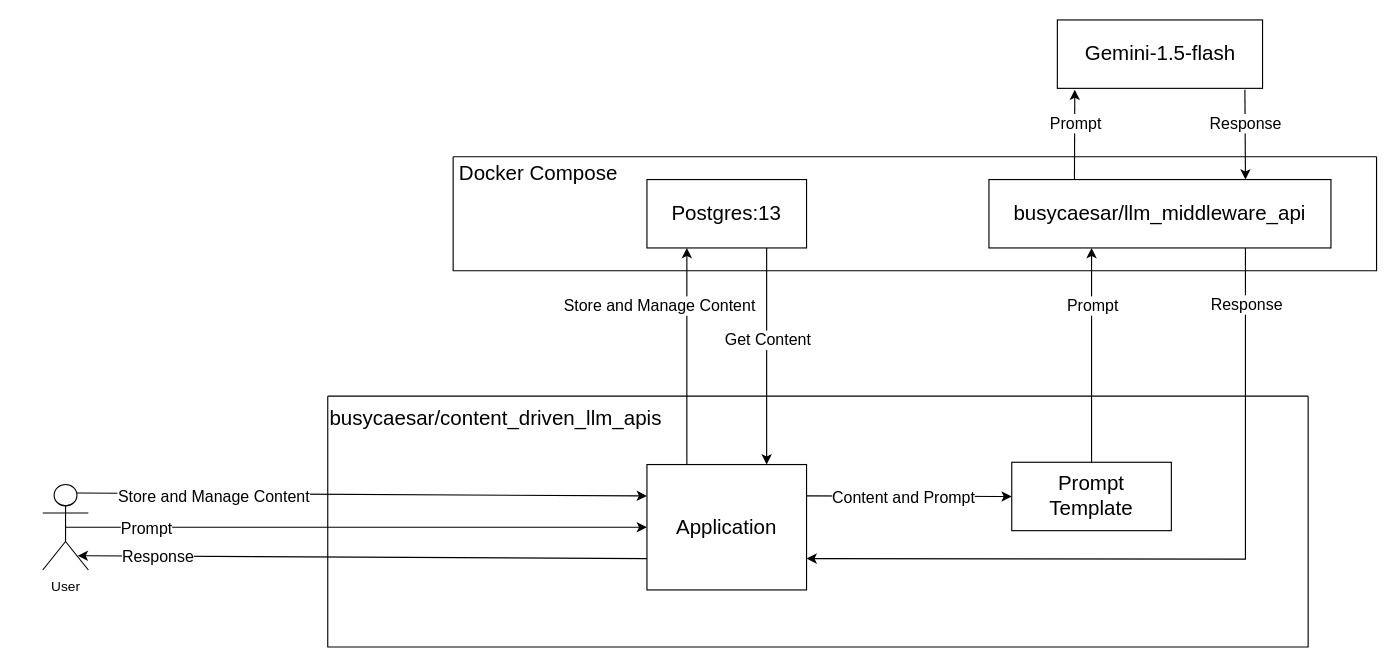
busycaesar/Custom_Content_LLM_APIs keeps this draw.io diagram as system diagram.drawio. Above is the earlier version. Source tidied: cells renumbered, new cells numbered last; positions are measured from the earlier drawing's top-left corner, leaving out a move shared by most shapes. Both pictures are drawn from the tidied source at 114%, with x=0, y=0 at pixel (42, 19).
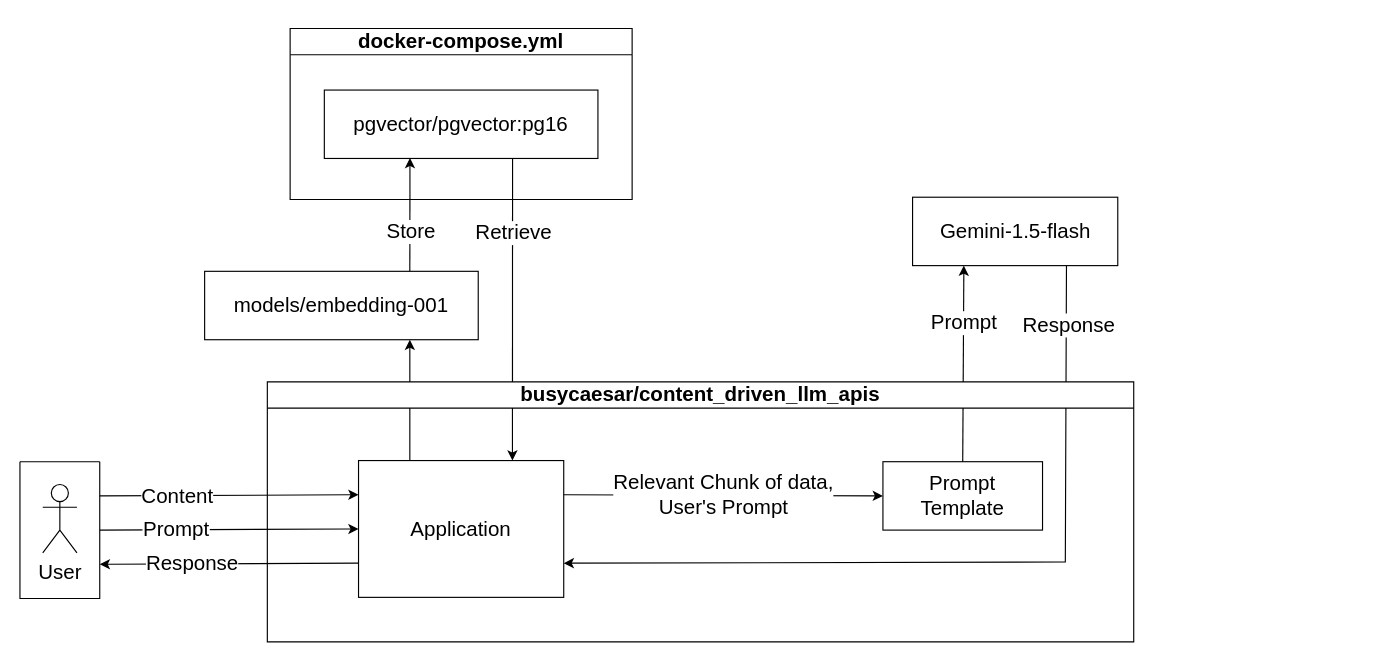
Above is the later version.

Commit message (it also covers changes not shown here):
Chore: Update system diagram

The edit, as a diff of the source:
```diff
@@
-    <mxCell id="2" style="group;" parent="1" vertex="1">
-      <mxGeometry x="530" y="140" width="140" height="60" as="geometry" />
-    </mxCell>
-    <mxCell id="3" style="rounded=0;whiteSpace=wrap;html=1;" parent="2" vertex="1">
-      <mxGeometry width="140" height="60" as="geometry" />
-    </mxCell>
-    <mxCell id="4" value="&lt;font style=&quot;font-size: 18px;&quot;&gt;Postgres:13&lt;/font&gt;" style="text;html=1;align=center;verticalAlign=middle;whiteSpace=wrap;rounded=0;" parent="2" vertex="1">
-      <mxGeometry x="35" y="15" width="70" height="30" as="geometry" />
-    </mxCell>
-    <mxCell id="5" style="group;" parent="1" vertex="1">
-      <mxGeometry x="830" y="140" width="300" height="60" as="geometry" />
-    </mxCell>
-    <mxCell id="6" style="rounded=0;whiteSpace=wrap;html=1;" parent="5" vertex="1">
-      <mxGeometry width="300" height="60" as="geometry" />
-    </mxCell>
-    <mxCell id="7" value="&lt;font style=&quot;font-size: 18px;&quot;&gt;busycaesar/llm_middleware_api&lt;/font&gt;" style="text;html=1;align=center;verticalAlign=middle;whiteSpace=wrap;rounded=0;" parent="5" vertex="1">
-      <mxGeometry x="75" y="15" width="150" height="30" as="geometry" />
-    </mxCell>
-    <mxCell id="8" style="group;" parent="1" vertex="1">
-      <mxGeometry x="890" width="180" height="60" as="geometry" />
-    </mxCell>
+    <mxCell id="42" style="group;" parent="1" vertex="1">
+      <mxGeometry x="277" y="386.5" width="180" height="120" as="geometry" />
+    </mxCell>
+    <mxCell id="43" style="rounded=0;whiteSpace=wrap;html=1;" parent="42" vertex="1">
+      <mxGeometry width="180" height="120" as="geometry" />
+    </mxCell>
+    <mxCell id="34" value="&lt;font style=&quot;font-size: 18px;&quot;&gt;Application&lt;/font&gt;" style="text;html=1;align=center;verticalAlign=middle;whiteSpace=wrap;rounded=0;" parent="42" vertex="1">
+      <mxGeometry x="45" y="30" width="90" height="60" as="geometry" />
+    </mxCell>
+    <mxCell id="44" style="group;" parent="1" vertex="1">
+      <mxGeometry x="247" y="61.5" width="240" height="60" as="geometry" />
+    </mxCell>
+    <mxCell id="45" style="rounded=0;whiteSpace=wrap;html=1;" parent="44" vertex="1">
+      <mxGeometry width="240" height="60" as="geometry" />
+    </mxCell>
+    <mxCell id="46" value="&lt;font style=&quot;font-size: 18px;&quot;&gt;pgvector/pgvector:pg16&lt;/font&gt;" style="text;html=1;align=center;verticalAlign=middle;whiteSpace=wrap;rounded=0;" parent="44" vertex="1">
+      <mxGeometry x="60" y="15" width="120" height="30" as="geometry" />
+    </mxCell>
+    <mxCell id="47" style="group;" parent="1" vertex="1">
+      <mxGeometry x="737" y="387.5" width="140" height="60" as="geometry" />
+    </mxCell>
+    <mxCell id="48" style="rounded=0;whiteSpace=wrap;html=1;" parent="47" vertex="1">
+      <mxGeometry width="140" height="60" as="geometry" />
+    </mxCell>
+    <mxCell id="37" value="&lt;font style=&quot;font-size: 18px;&quot;&gt;Prompt Template&lt;/font&gt;" style="text;html=1;align=center;verticalAlign=middle;whiteSpace=wrap;rounded=0;" parent="47" vertex="1">
+      <mxGeometry x="35" y="15" width="70" height="30" as="geometry" />
+    </mxCell>
+    <mxCell id="49" style="group;" parent="1" vertex="1">
+      <mxGeometry x="763" y="155.5" width="180" height="60" as="geometry" />
+    </mxCell>
-    <mxCell id="9" style="rounded=0;whiteSpace=wrap;html=1;" parent="8" vertex="1">
+    <mxCell id="9" style="rounded=0;whiteSpace=wrap;html=1;" parent="49" vertex="1">
       <mxGeometry width="180" height="60" as="geometry" />
     </mxCell>
-    <mxCell id="10" value="&lt;font style=&quot;font-size: 18px;&quot;&gt;Gemini-1.5-flash&lt;/font&gt;" style="text;html=1;align=center;verticalAlign=middle;whiteSpace=wrap;rounded=0;" parent="8" vertex="1">
+    <mxCell id="10" value="&lt;font style=&quot;font-size: 18px;&quot;&gt;Gemini-1.5-flash&lt;/font&gt;" style="text;html=1;align=center;verticalAlign=middle;whiteSpace=wrap;rounded=0;" parent="49" vertex="1">
       <mxGeometry x="22.5" y="15" width="135" height="30" as="geometry" />
     </mxCell>
-    <mxCell id="11" value="User" style="shape=umlActor;verticalLabelPosition=bottom;verticalAlign=top;html=1;outlineConnect=0;" parent="1" vertex="1">
-      <mxGeometry y="407.5" width="40" height="75" as="geometry" />
+    <mxCell id="11" value="&lt;font style=&quot;font-size: 18px;&quot;&gt;User&lt;/font&gt;" style="shape=umlActor;verticalLabelPosition=bottom;verticalAlign=top;html=1;outlineConnect=0;" parent="1" vertex="1">
+      <mxGeometry y="407.5" width="30" height="60" as="geometry" />
     </mxCell>
-    <mxCell id="12" style="swimlane;startSize=0;" parent="1" vertex="1">
-      <mxGeometry x="360" y="120" width="810" height="100" as="geometry" />
-    </mxCell>
-    <mxCell id="13" value="&lt;font style=&quot;font-size: 18px;&quot;&gt;Docker Compose&lt;/font&gt;" style="text;html=1;align=center;verticalAlign=middle;whiteSpace=wrap;rounded=0;" parent="12" vertex="1">
-      <mxGeometry width="150" height="30" as="geometry" />
-    </mxCell>
-    <mxCell id="14" style="endArrow=classic;html=1;rounded=0;entryX=0;entryY=0.25;entryDx=0;entryDy=0;exitX=0.75;exitY=0.1;exitDx=0;exitDy=0;exitPerimeter=0;" parent="1" edge="1" source="11" target="33">
-      <mxGeometry relative="1" as="geometry" />
-    </mxCell>
-    <mxCell id="15" value="&lt;font style=&quot;font-size: 14px;&quot;&gt;Store and Manage Content&lt;/font&gt;" style="edgeLabel;html=1;align=center;verticalAlign=middle;" parent="14" vertex="1">
-      <mxGeometry relative="1" as="geometry">
-        <mxPoint x="-130" y="1" as="offset" />
-      </mxGeometry>
-    </mxCell>
-    <mxCell id="16" style="endArrow=classic;html=1;rounded=0;entryX=0;entryY=0.5;entryDx=0;entryDy=0;exitX=0.5;exitY=0.5;exitDx=0;exitDy=0;exitPerimeter=0;" parent="1" edge="1" source="11" target="33">
-      <mxGeometry relative="1" as="geometry" />
-    </mxCell>
-    <mxCell id="17" value="&lt;font style=&quot;font-size: 14px;&quot;&gt;Prompt&lt;/font&gt;" style="edgeLabel;html=1;align=center;verticalAlign=middle;" parent="16" vertex="1">
-      <mxGeometry relative="1" as="geometry">
-        <mxPoint x="-185" as="offset" />
-      </mxGeometry>
-    </mxCell>
-    <mxCell id="18" style="endArrow=classic;html=1;rounded=0;exitX=0;exitY=0.75;exitDx=0;exitDy=0;entryX=0.767;entryY=0.833;entryDx=0;entryDy=0;entryPerimeter=0;" parent="1" edge="1" source="33" target="11">
-      <mxGeometry relative="1" as="geometry" />
-    </mxCell>
-    <mxCell id="19" value="&lt;font style=&quot;font-size: 14px;&quot;&gt;Response&lt;/font&gt;" style="edgeLabel;html=1;align=center;verticalAlign=middle;" parent="18" vertex="1">
-      <mxGeometry relative="1" as="geometry">
-        <mxPoint x="-180" y="-1" as="offset" />
-      </mxGeometry>
-    </mxCell>
-    <mxCell id="20" style="endArrow=classic;html=1;rounded=0;entryX=0.25;entryY=1;entryDx=0;entryDy=0;exitX=0.25;exitY=0;exitDx=0;exitDy=0;" parent="1" edge="1" source="33" target="3">
-      <mxGeometry relative="1" as="geometry" />
-    </mxCell>
-    <mxCell id="21" value="&lt;font style=&quot;font-size: 14px;&quot;&gt;Store and Manage Content&lt;/font&gt;" style="edgeLabel;html=1;align=center;verticalAlign=middle;" parent="20" vertex="1">
-      <mxGeometry relative="1" as="geometry">
-        <mxPoint x="-25" y="-45" as="offset" />
-      </mxGeometry>
-    </mxCell>
-    <mxCell id="22" style="endArrow=classic;html=1;rounded=0;entryX=0.75;entryY=0;entryDx=0;entryDy=0;exitX=0.75;exitY=1;exitDx=0;exitDy=0;" parent="1" edge="1" source="3" target="33">
-      <mxGeometry relative="1" as="geometry" />
-    </mxCell>
-    <mxCell id="23" value="&lt;font style=&quot;font-size: 14px;&quot;&gt;Get Content&lt;/font&gt;" style="edgeLabel;html=1;align=center;verticalAlign=middle;" parent="22" vertex="1">
-      <mxGeometry relative="1" as="geometry">
-        <mxPoint y="-15" as="offset" />
-      </mxGeometry>
-    </mxCell>
-    <mxCell id="24" style="endArrow=classic;html=1;rounded=0;exitX=0.5;exitY=0;exitDx=0;exitDy=0;entryX=0.3;entryY=1;entryDx=0;entryDy=0;entryPerimeter=0;" parent="1" edge="1" target="6">
-      <mxGeometry relative="1" as="geometry">
-        <mxPoint x="920" y="388" as="sourcePoint" />
-      </mxGeometry>
-    </mxCell>
-    <mxCell id="25" value="&lt;font style=&quot;font-size: 14px;&quot;&gt;Prompt&lt;/font&gt;" style="edgeLabel;html=1;align=center;verticalAlign=middle;" parent="24" vertex="1">
-      <mxGeometry relative="1" as="geometry">
-        <mxPoint y="-44" as="offset" />
-      </mxGeometry>
-    </mxCell>
-    <mxCell id="26" style="endArrow=classic;html=1;rounded=0;entryX=1;entryY=0.75;entryDx=0;entryDy=0;exitX=0.75;exitY=1;exitDx=0;exitDy=0;" parent="1" edge="1" source="6" target="33">
-      <mxGeometry relative="1" as="geometry">
-        <Array as="points">
-          <mxPoint x="1055" y="473" />
-        </Array>
-      </mxGeometry>
-    </mxCell>
-    <mxCell id="27" value="&lt;font style=&quot;font-size: 14px;&quot;&gt;Response&lt;/font&gt;" style="edgeLabel;html=1;align=center;verticalAlign=middle;" parent="26" vertex="1">
-      <mxGeometry relative="1" as="geometry">
-        <mxPoint x="56" y="-223" as="offset" />
-      </mxGeometry>
-    </mxCell>
-    <mxCell id="28" style="endArrow=classic;html=1;rounded=0;exitX=0.25;exitY=0;exitDx=0;exitDy=0;entryX=0.085;entryY=1.019;entryDx=0;entryDy=0;entryPerimeter=0;" parent="1" edge="1" source="6" target="9">
-      <mxGeometry relative="1" as="geometry" />
-    </mxCell>
-    <mxCell id="29" value="&lt;font style=&quot;font-size: 14px;&quot;&gt;Prompt&lt;/font&gt;" style="edgeLabel;html=1;align=center;verticalAlign=middle;" parent="28" vertex="1">
-      <mxGeometry relative="1" as="geometry">
-        <mxPoint y="-11" as="offset" />
-      </mxGeometry>
-    </mxCell>
-    <mxCell id="30" style="endArrow=classic;html=1;rounded=0;exitX=0.914;exitY=1.019;exitDx=0;exitDy=0;entryX=0.75;entryY=0;entryDx=0;entryDy=0;exitPerimeter=0;" parent="1" edge="1" source="9" target="6">
-      <mxGeometry relative="1" as="geometry" />
-    </mxCell>
-    <mxCell id="31" value="&lt;font style=&quot;font-size: 14px;&quot;&gt;Response&lt;/font&gt;" style="edgeLabel;html=1;align=center;verticalAlign=middle;" parent="30" vertex="1">
-      <mxGeometry relative="1" as="geometry">
-        <mxPoint y="-10" as="offset" />
-      </mxGeometry>
-    </mxCell>
-    <mxCell id="32" style="group;" parent="1" vertex="1">
-      <mxGeometry x="530" y="390" width="140" height="110" as="geometry" />
-    </mxCell>
-    <mxCell id="33" style="rounded=0;whiteSpace=wrap;html=1;" parent="32" vertex="1">
-      <mxGeometry width="140" height="110" as="geometry" />
-    </mxCell>
-    <mxCell id="34" value="&lt;font style=&quot;font-size: 18px;&quot;&gt;Application&lt;/font&gt;" style="text;html=1;align=center;verticalAlign=middle;whiteSpace=wrap;rounded=0;" parent="32" vertex="1">
-      <mxGeometry x="35" y="27.5" width="70" height="55" as="geometry" />
-    </mxCell>
-    <mxCell id="35" style="group;" parent="1" vertex="1">
-      <mxGeometry x="850" y="388" width="140" height="60" as="geometry" />
-    </mxCell>
-    <mxCell id="36" style="rounded=0;whiteSpace=wrap;html=1;" parent="35" vertex="1">
-      <mxGeometry width="140" height="60" as="geometry" />
-    </mxCell>
-    <mxCell id="37" value="&lt;font style=&quot;font-size: 18px;&quot;&gt;Prompt Template&lt;/font&gt;" style="text;html=1;align=center;verticalAlign=middle;whiteSpace=wrap;rounded=0;" parent="35" vertex="1">
-      <mxGeometry x="35" y="15" width="70" height="30" as="geometry" />
-    </mxCell>
-    <mxCell id="38" style="endArrow=classic;html=1;rounded=0;entryX=0;entryY=0.5;entryDx=0;entryDy=0;exitX=1;exitY=0.25;exitDx=0;exitDy=0;" parent="1" edge="1" source="33" target="36">
-      <mxGeometry relative="1" as="geometry" />
-    </mxCell>
-    <mxCell id="39" value="&lt;span style=&quot;font-size: 14px;&quot;&gt;Content and Prompt&lt;/span&gt;" style="edgeLabel;html=1;align=center;verticalAlign=middle;" parent="38" vertex="1">
-      <mxGeometry relative="1" as="geometry">
-        <mxPoint x="-5" y="1" as="offset" />
-      </mxGeometry>
-    </mxCell>
-    <mxCell id="40" style="swimlane;startSize=0;" parent="1" vertex="1">
-      <mxGeometry x="250" y="330" width="860" height="220" as="geometry" />
-    </mxCell>
+    <mxCell id="50" style="swimlane;startSize=0;" parent="1" vertex="1">
+      <mxGeometry x="-20" y="387.5" width="70" height="120" as="geometry" />
+    </mxCell>
+    <mxCell id="51" style="endArrow=classic;html=1;rounded=0;exitX=1;exitY=0.25;exitDx=0;exitDy=0;entryX=0;entryY=0.25;entryDx=0;entryDy=0;" parent="1" edge="1" source="50" target="43">
+      <mxGeometry relative="1" as="geometry" />
+    </mxCell>
+    <mxCell id="52" value="&lt;font style=&quot;font-size: 18px;&quot;&gt;Content&lt;/font&gt;" style="edgeLabel;html=1;align=center;verticalAlign=middle;" parent="51" vertex="1">
+      <mxGeometry x="-0.04" relative="1" as="geometry">
+        <mxPoint x="-41" as="offset" />
+      </mxGeometry>
+    </mxCell>
+    <mxCell id="53" style="endArrow=classic;html=1;rounded=0;entryX=0;entryY=0.5;entryDx=0;entryDy=0;exitX=1;exitY=0.5;exitDx=0;exitDy=0;" parent="1" edge="1" source="50" target="43">
+      <mxGeometry relative="1" as="geometry" />
+    </mxCell>
+    <mxCell id="54" value="&lt;font style=&quot;font-size: 18px;&quot;&gt;Prompt&lt;/font&gt;" style="edgeLabel;html=1;align=center;verticalAlign=middle;" parent="53" vertex="1">
+      <mxGeometry x="-0.09" y="3" relative="1" as="geometry">
+        <mxPoint x="-36" y="2" as="offset" />
+      </mxGeometry>
+    </mxCell>
+    <mxCell id="55" style="endArrow=classic;html=1;rounded=0;entryX=1;entryY=0.75;entryDx=0;entryDy=0;exitX=0;exitY=0.75;exitDx=0;exitDy=0;" parent="1" edge="1" source="43" target="50">
+      <mxGeometry relative="1" as="geometry" />
+    </mxCell>
+    <mxCell id="56" value="&lt;font style=&quot;font-size: 18px;&quot;&gt;Response&lt;/font&gt;" style="edgeLabel;html=1;align=center;verticalAlign=middle;" parent="55" vertex="1">
+      <mxGeometry x="0.08" relative="1" as="geometry">
+        <mxPoint x="-24" y="-1" as="offset" />
+      </mxGeometry>
+    </mxCell>
+    <mxCell id="57" style="endArrow=classic;html=1;rounded=0;exitX=0.25;exitY=0;exitDx=0;exitDy=0;entryX=0.75;entryY=1;entryDx=0;entryDy=0;" parent="1" edge="1" source="43" target="68">
+      <mxGeometry relative="1" as="geometry" />
+    </mxCell>
+    <mxCell id="58" style="endArrow=classic;html=1;rounded=0;entryX=0.75;entryY=0;entryDx=0;entryDy=0;exitX=0.688;exitY=1.001;exitDx=0;exitDy=0;exitPerimeter=0;" parent="1" edge="1" source="45" target="43">
+      <mxGeometry relative="1" as="geometry" />
+    </mxCell>
+    <mxCell id="59" value="&lt;font style=&quot;font-size: 18px;&quot;&gt;Retrieve&lt;/font&gt;" style="edgeLabel;html=1;align=center;verticalAlign=middle;" parent="58" vertex="1">
+      <mxGeometry x="0.1" y="-1" relative="1" as="geometry">
+        <mxPoint x="1" y="-81" as="offset" />
+      </mxGeometry>
+    </mxCell>
+    <mxCell id="60" value="&lt;font style=&quot;font-size: 18px;&quot;&gt;docker-compose.yml&lt;/font&gt;" style="swimlane;whiteSpace=wrap;html=1;" parent="1" vertex="1">
+      <mxGeometry x="217" y="7.5" width="300" height="150" as="geometry" />
+    </mxCell>
+    <mxCell id="61" style="endArrow=classic;html=1;rounded=0;exitX=1;exitY=0.25;exitDx=0;exitDy=0;entryX=0;entryY=0.5;entryDx=0;entryDy=0;" parent="1" edge="1" source="43" target="48">
+      <mxGeometry relative="1" as="geometry" />
+    </mxCell>
+    <mxCell id="62" value="&lt;font style=&quot;font-size: 18px;&quot;&gt;Relevant Chunk of data, &lt;br&gt;User's Prompt&lt;/font&gt;" style="edgeLabel;html=1;align=center;verticalAlign=middle;" parent="61" vertex="1">
+      <mxGeometry relative="1" as="geometry" />
+    </mxCell>
+    <mxCell id="63" style="endArrow=classic;html=1;rounded=0;entryX=0.25;entryY=1;entryDx=0;entryDy=0;exitX=0.5;exitY=0;exitDx=0;exitDy=0;" parent="1" edge="1" source="48" target="9">
+      <mxGeometry relative="1" as="geometry" />
+    </mxCell>
+    <mxCell id="64" value="&lt;font style=&quot;font-size: 18px;&quot;&gt;Prompt&lt;/font&gt;" style="edgeLabel;html=1;align=center;verticalAlign=middle;" parent="63" vertex="1">
+      <mxGeometry relative="1" as="geometry">
+        <mxPoint y="-36" as="offset" />
+      </mxGeometry>
+    </mxCell>
+    <mxCell id="65" style="endArrow=classic;html=1;rounded=0;exitX=0.75;exitY=1;exitDx=0;exitDy=0;entryX=1;entryY=0.75;entryDx=0;entryDy=0;" parent="1" edge="1" source="9" target="43">
+      <mxGeometry relative="1" as="geometry">
+        <Array as="points">
+          <mxPoint x="897" y="475.5" />
+        </Array>
+      </mxGeometry>
+    </mxCell>
+    <mxCell id="66" value="&lt;font style=&quot;font-size: 18px;&quot;&gt;Response&lt;/font&gt;" style="edgeLabel;html=1;align=center;verticalAlign=middle;" parent="65" vertex="1">
+      <mxGeometry x="-0.81" y="2" relative="1" as="geometry">
+        <mxPoint y="-15" as="offset" />
+      </mxGeometry>
+    </mxCell>
-    <mxCell id="41" value="&lt;font style=&quot;font-size: 18px;&quot;&gt;busycaesar/content_driven_llm_apis&lt;/font&gt;" style="text;html=1;align=left;verticalAlign=middle;strokeColor=none;fillColor=none;" parent="40" vertex="1">
-      <mxGeometry width="310" height="40" as="geometry" />
+    <mxCell id="41" value="&lt;font style=&quot;font-size: 18px;&quot;&gt;busycaesar/content_driven_llm_apis&lt;/font&gt;" style="swimlane;whiteSpace=wrap;html=1;" parent="1" vertex="1">
+      <mxGeometry x="197" y="317.5" width="760" height="228" as="geometry" />
     </mxCell>
+    <mxCell id="67" style="group;" parent="1" vertex="1">
+      <mxGeometry x="142" y="220.5" width="240" height="60" as="geometry" />
+    </mxCell>
+    <mxCell id="68" style="rounded=0;whiteSpace=wrap;html=1;" parent="67" vertex="1">
+      <mxGeometry width="240" height="60" as="geometry" />
+    </mxCell>
+    <mxCell id="69" value="&lt;font style=&quot;font-size: 18px;&quot;&gt;models/embedding-001&lt;/font&gt;" style="text;html=1;align=center;verticalAlign=middle;whiteSpace=wrap;rounded=0;" parent="67" vertex="1">
+      <mxGeometry x="20" y="15" width="200" height="30" as="geometry" />
+    </mxCell>
+    <mxCell id="70" style="endArrow=classic;html=1;rounded=0;exitX=0.75;exitY=0;exitDx=0;exitDy=0;entryX=0.313;entryY=0.993;entryDx=0;entryDy=0;entryPerimeter=0;" parent="1" edge="1" source="68" target="45">
+      <mxGeometry relative="1" as="geometry" />
+    </mxCell>
+    <mxCell id="71" value="&lt;font style=&quot;font-size: 18px;&quot;&gt;Store&lt;/font&gt;" style="edgeLabel;html=1;align=center;verticalAlign=middle;" parent="70" vertex="1">
+      <mxGeometry x="-0.17" y="3" relative="1" as="geometry">
+        <mxPoint x="3" y="6" as="offset" />
+      </mxGeometry>
+    </mxCell>
```
